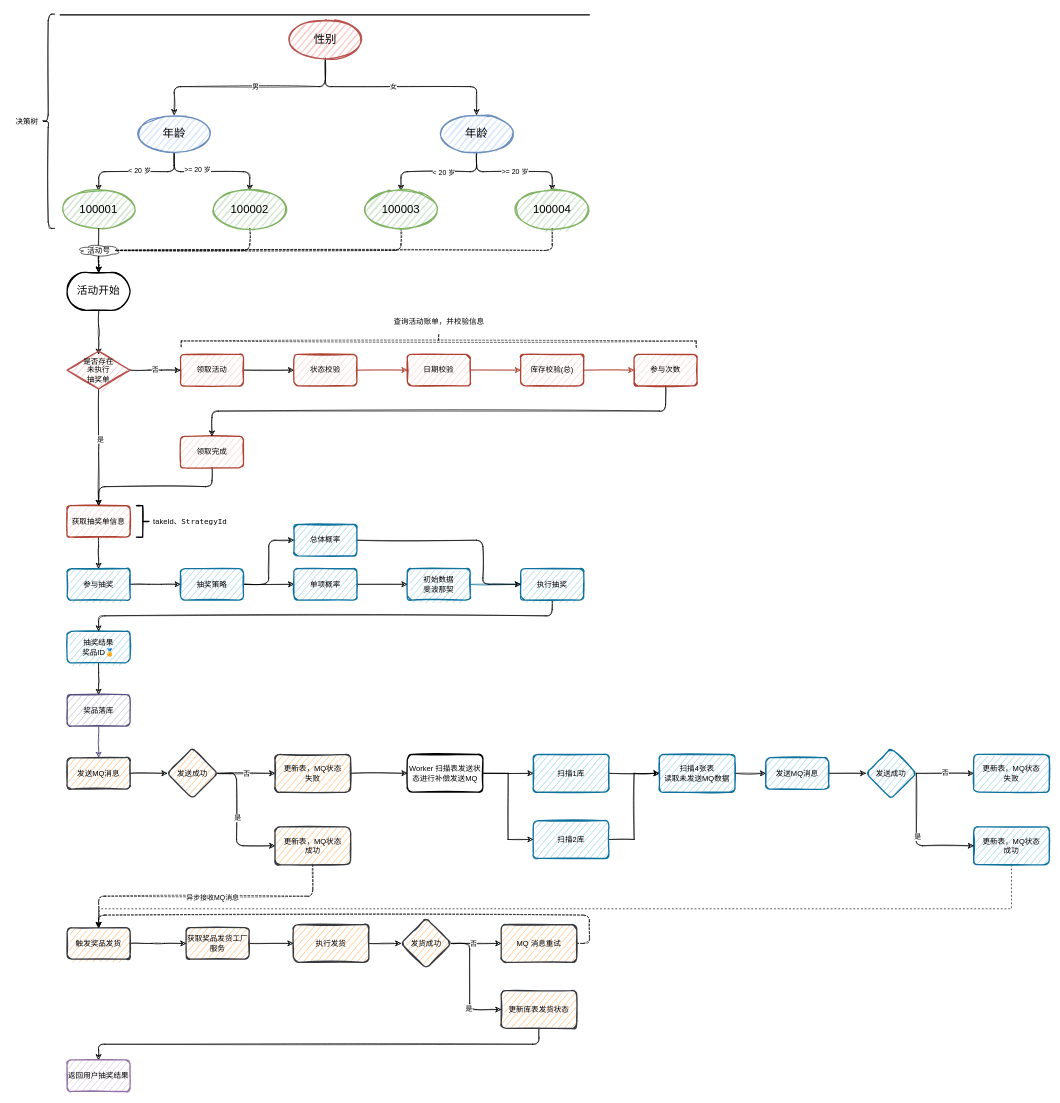
This is doc/assets/visio/抽奖系统.drawio from Mylifeforrent/MyLottery, a draw.io file, before an edit. Source tidied: cells renumbered, new cells numbered last; positions are measured from the earlier drawing's top-left corner, leaving out a move shared by most shapes. Both pictures are drawn from the tidied source at 63%, with x=0, y=0 at pixel (11, 11).
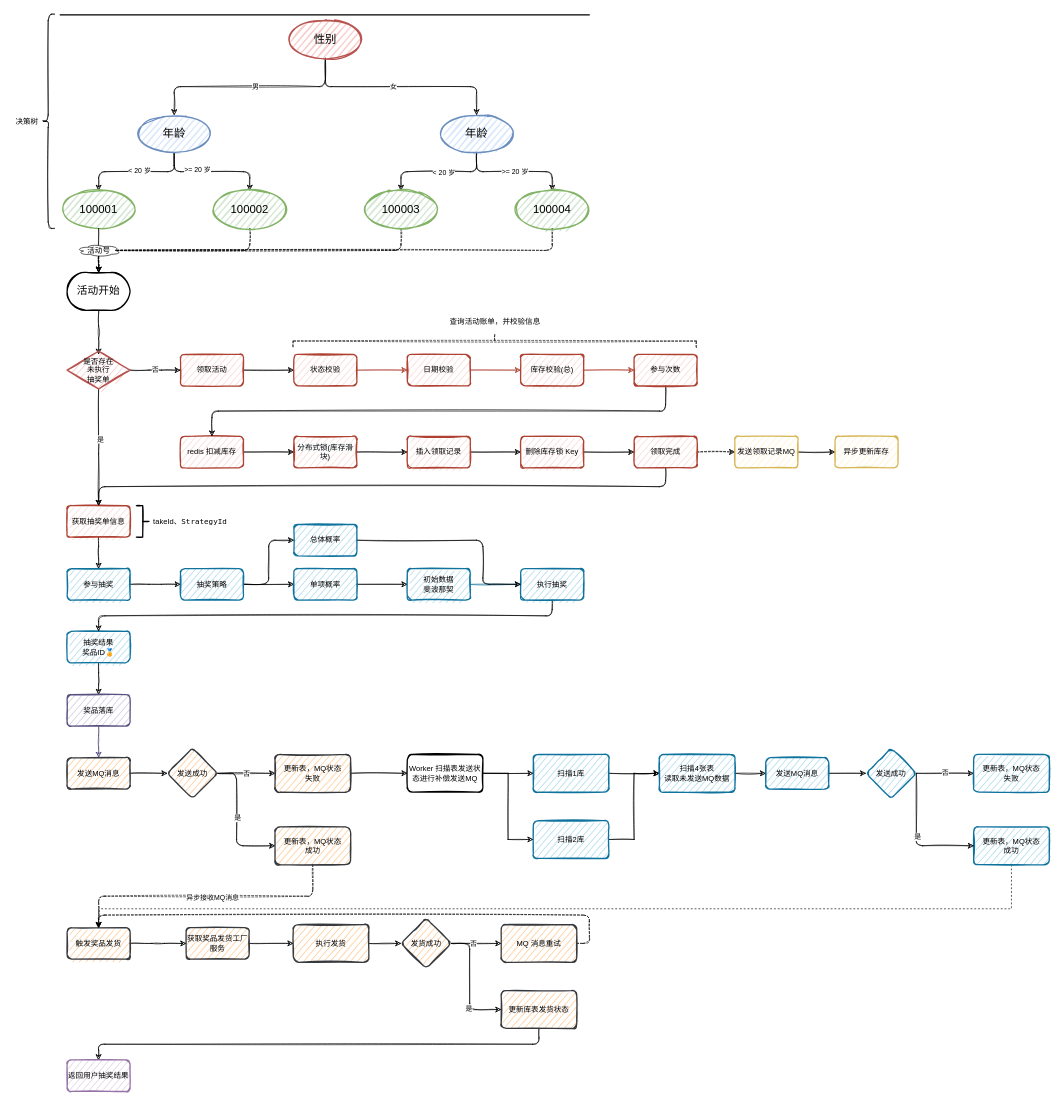
The same diagram, later.

The change refers to these unchanged cells:
```xml
<mxCell id="9" value="获取抽奖单信息" style="whiteSpace=wrap;html=1;absoluteArcSize=1;arcSize=14;strokeWidth=2;sketch=1;fillColor=#fad9d5;strokeColor=#ae4132;rounded=1;" parent="1" vertex="1">
  <mxGeometry x="89" y="784" width="100" height="50" as="geometry" />
</mxCell>
```

Diff of the diagram source:
```diff
@@
-    <mxCell id="6" style="edgeStyle=elbowEdgeStyle;sketch=1;jettySize=auto;elbow=vertical;html=1;" parent="1" edge="1" source="7" target="9">
+    <mxCell id="6" style="edgeStyle=elbowEdgeStyle;sketch=1;jettySize=auto;elbow=vertical;html=1;" parent="1" edge="1" source="124" target="9">
       <mxGeometry relative="1" as="geometry" />
     </mxCell>
+    <mxCell id="116" style="edgeStyle=orthogonalEdgeStyle;rounded=0;jettySize=auto;html=1;exitX=1;exitY=0.5;exitDx=0;exitDy=0;entryX=0;entryY=0.5;entryDx=0;entryDy=0;sketch=1;" parent="1" edge="1" source="7" target="118">
+      <mxGeometry relative="1" as="geometry" />
+    </mxCell>
-    <mxCell id="7" value="领取完成" style="whiteSpace=wrap;html=1;absoluteArcSize=1;arcSize=14;strokeWidth=2;sketch=1;fillColor=#fad9d5;strokeColor=#ae4132;rounded=1;" parent="1" vertex="1">
+    <mxCell id="7" value="redis 扣减库存" style="whiteSpace=wrap;html=1;absoluteArcSize=1;arcSize=14;strokeWidth=2;sketch=1;fillColor=#fad9d5;strokeColor=#ae4132;rounded=1;" parent="1" vertex="1">
       <mxGeometry x="269" y="674" width="100" height="50" as="geometry" />
     </mxCell>
@@
     <mxCell id="49" style="strokeWidth=1;html=1;shape=mxgraph.flowchart.annotation_2;align=left;labelPosition=right;sketch=1;gradientColor=none;rotation=90;dashed=1;rounded=1;" parent="1" vertex="1">
-      <mxGeometry x="669" y="114" width="20" height="817.5" as="geometry" />
+      <mxGeometry x="757.8" y="202.8" width="20" height="640" as="geometry" />
     </mxCell>
     <mxCell id="50" value="查询活动账单，并校验信息" style="text;html=1;align=center;verticalAlign=middle;rounded=1;" parent="1" vertex="1">
-      <mxGeometry x="599" y="483" width="160" height="20" as="geometry" />
+      <mxGeometry x="687.8" y="483" width="160" height="20" as="geometry" />
     </mxCell>
@@
+    <mxCell id="117" style="edgeStyle=orthogonalEdgeStyle;rounded=0;jettySize=auto;html=1;exitX=1;exitY=0.5;exitDx=0;exitDy=0;entryX=0;entryY=0.5;entryDx=0;entryDy=0;sketch=1;" parent="1" edge="1" source="118" target="120">
+      <mxGeometry relative="1" as="geometry" />
+    </mxCell>
+    <mxCell id="118" value="&lt;span style=&quot;color: rgb(0, 0, 0); font-family: helvetica; font-size: 12px; font-style: normal; font-weight: 400; letter-spacing: normal; text-align: center; text-indent: 0px; text-transform: none; word-spacing: 0px; background-color: rgb(248, 249, 250); display: inline; float: none;&quot;&gt;分布式锁(库存滑块)&lt;/span&gt;" style="whiteSpace=wrap;html=1;absoluteArcSize=1;arcSize=14;strokeWidth=2;sketch=1;fillColor=#fad9d5;strokeColor=#ae4132;rounded=1;" parent="1" vertex="1">
+      <mxGeometry x="449" y="674" width="100" height="50" as="geometry" />
+    </mxCell>
+    <mxCell id="119" style="edgeStyle=orthogonalEdgeStyle;rounded=0;jettySize=auto;html=1;exitX=1;exitY=0.5;exitDx=0;exitDy=0;entryX=0;entryY=0.5;entryDx=0;entryDy=0;sketch=1;" parent="1" edge="1" source="120" target="122">
+      <mxGeometry relative="1" as="geometry" />
+    </mxCell>
+    <mxCell id="120" value="插入领取记录" style="whiteSpace=wrap;html=1;absoluteArcSize=1;arcSize=14;strokeWidth=2;sketch=1;fillColor=#fad9d5;strokeColor=#ae4132;rounded=1;" parent="1" vertex="1">
+      <mxGeometry x="629" y="674" width="100" height="50" as="geometry" />
+    </mxCell>
+    <mxCell id="121" style="edgeStyle=orthogonalEdgeStyle;rounded=0;jettySize=auto;html=1;exitX=1;exitY=0.5;exitDx=0;exitDy=0;entryX=0;entryY=0.5;entryDx=0;entryDy=0;sketch=1;" parent="1" edge="1" source="122" target="124">
+      <mxGeometry relative="1" as="geometry" />
+    </mxCell>
+    <mxCell id="122" value="删除库存锁 Key" style="whiteSpace=wrap;html=1;absoluteArcSize=1;arcSize=14;strokeWidth=2;sketch=1;fillColor=#fad9d5;strokeColor=#ae4132;rounded=1;" parent="1" vertex="1">
+      <mxGeometry x="809" y="674" width="100" height="50" as="geometry" />
+    </mxCell>
+    <mxCell id="123" style="edgeStyle=orthogonalEdgeStyle;rounded=0;sketch=1;jettySize=auto;html=1;exitX=1;exitY=0.5;exitDx=0;exitDy=0;entryX=0;entryY=0.5;entryDx=0;entryDy=0;dashed=1;" parent="1" edge="1" source="124" target="126">
+      <mxGeometry relative="1" as="geometry" />
+    </mxCell>
+    <mxCell id="124" value="领取完成" style="whiteSpace=wrap;html=1;absoluteArcSize=1;arcSize=14;strokeWidth=2;sketch=1;fillColor=#fad9d5;strokeColor=#ae4132;rounded=1;" parent="1" vertex="1">
+      <mxGeometry x="989" y="674" width="100" height="50" as="geometry" />
+    </mxCell>
+    <mxCell id="125" style="edgeStyle=orthogonalEdgeStyle;rounded=0;sketch=1;jettySize=auto;html=1;exitX=1;exitY=0.5;exitDx=0;exitDy=0;" parent="1" edge="1" source="126" target="127">
+      <mxGeometry relative="1" as="geometry" />
+    </mxCell>
+    <mxCell id="126" value="发送领取记录MQ" style="whiteSpace=wrap;html=1;absoluteArcSize=1;arcSize=14;strokeWidth=2;sketch=1;rounded=1;fillColor=#fff2cc;strokeColor=#d6b656;" parent="1" vertex="1">
+      <mxGeometry x="1149" y="674" width="100" height="50" as="geometry" />
+    </mxCell>
+    <mxCell id="127" value="异步更新库存" style="whiteSpace=wrap;html=1;absoluteArcSize=1;arcSize=14;strokeWidth=2;sketch=1;rounded=1;fillColor=#fff2cc;strokeColor=#d6b656;" parent="1" vertex="1">
+      <mxGeometry x="1308" y="674" width="100" height="50" as="geometry" />
+    </mxCell>
```
